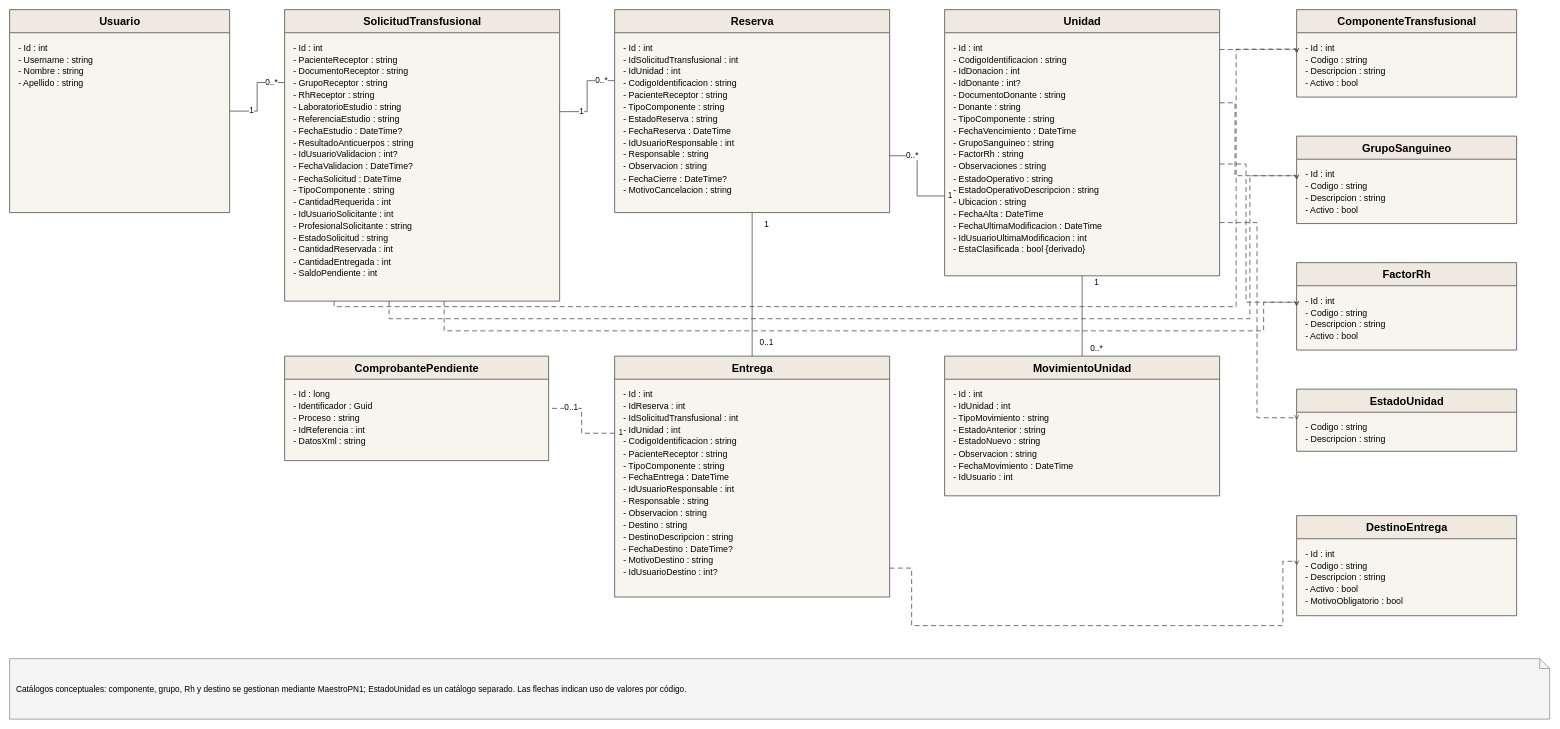
Earlier version of the draw.io diagram Diagramas/Secuencia de Roles/PN2_DiagramaModeloConceptual.drawio (juanNH/Ingenieria-de-Software). Source tidied: cells renumbered, new cells numbered last; positions are measured from the earlier drawing's top-left corner, leaving out a move shared by most shapes. Both pictures are drawn from the tidied source at 55%, with x=0, y=0 at pixel (9, 9).
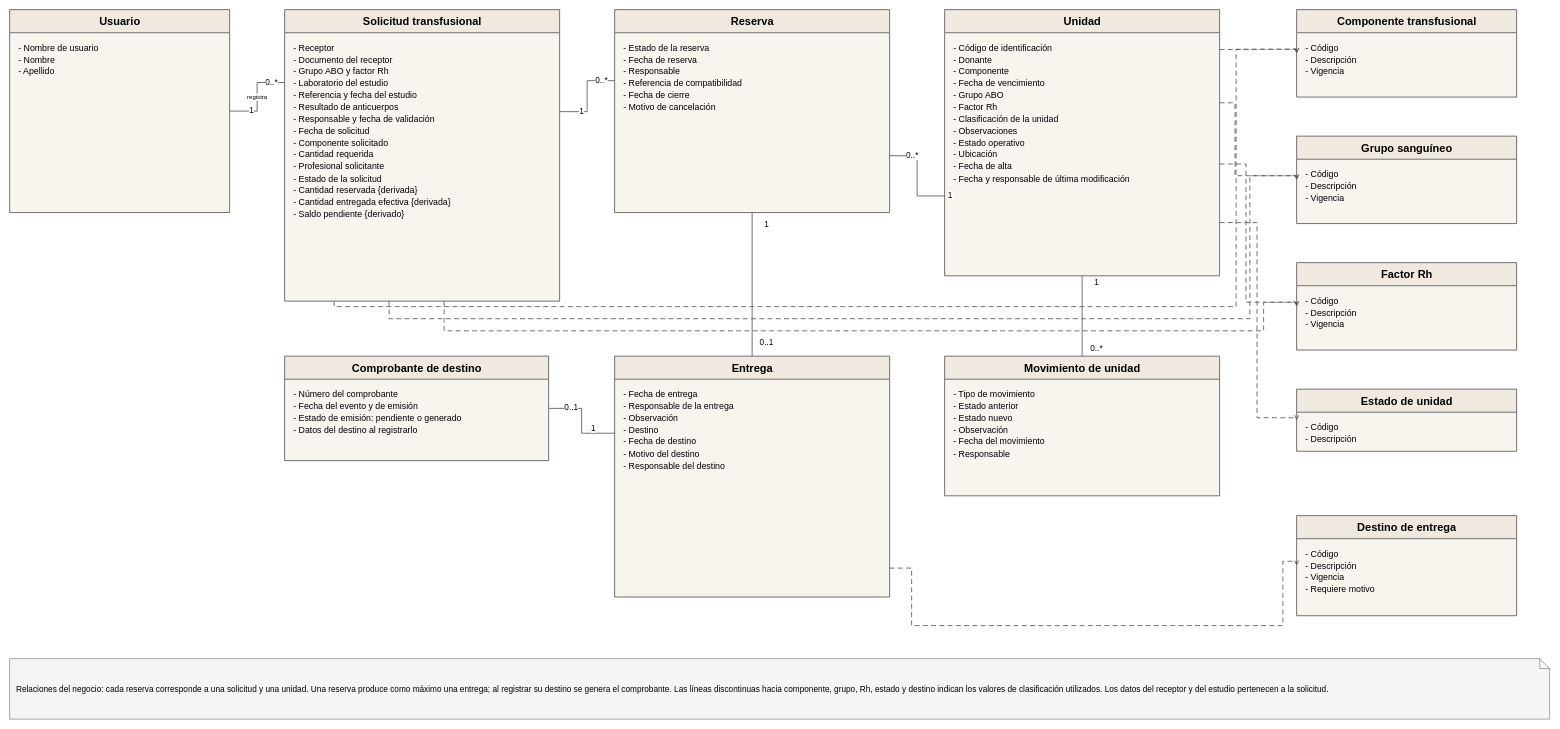
The same diagram, later.

The change refers to these unchanged cells:
```xml
<mxCell id="2" value="Usuario" style="swimlane;html=1;horizontal=1;startSize=42;rounded=0;fillColor=#EFE9DF;swimlaneFillColor=#F8F5EF;strokeColor=#555555;strokeWidth=1.5;fontFamily=Arial;fontSize=20;fontStyle=1;align=center;verticalAlign=middle;" parent="1" vertex="1">
  <mxGeometry width="400" height="369" as="geometry" />
</mxCell>
<mxCell id="6" value="Reserva" style="swimlane;html=1;horizontal=1;startSize=42;rounded=0;fillColor=#EFE9DF;swimlaneFillColor=#F8F5EF;strokeColor=#555555;strokeWidth=1.5;fontFamily=Arial;fontSize=20;fontStyle=1;align=center;verticalAlign=middle;" parent="1" vertex="1">
  <mxGeometry x="1100" width="500" height="369" as="geometry" />
</mxCell>
<mxCell id="8" value="Unidad" style="swimlane;html=1;horizontal=1;startSize=42;rounded=0;fillColor=#EFE9DF;swimlaneFillColor=#F8F5EF;strokeColor=#555555;strokeWidth=1.5;fontFamily=Arial;fontSize=20;fontStyle=1;align=center;verticalAlign=middle;" parent="1" vertex="1">
  <mxGeometry x="1700" width="500" height="484" as="geometry" />
</mxCell>
<mxCell id="12" value="Entrega" style="swimlane;html=1;horizontal=1;startSize=42;rounded=0;fillColor=#EFE9DF;swimlaneFillColor=#F8F5EF;strokeColor=#555555;strokeWidth=1.5;fontFamily=Arial;fontSize=20;fontStyle=1;align=center;verticalAlign=middle;" parent="1" vertex="1">
  <mxGeometry x="1100" y="630" width="500" height="438" as="geometry" />
</mxCell>
```

Change to the diagram source:
```diff
@@
-    <mxCell id="3" value="&lt;div style=&quot;line-height:1.35&quot;&gt;- Id : int&lt;br&gt;- Username : string&lt;br&gt;- Nombre : string&lt;br&gt;- Apellido : string&lt;/div&gt;" style="text;html=1;whiteSpace=wrap;strokeColor=none;fillColor=none;fontFamily=Arial;fontSize=16;align=left;verticalAlign=top;spacingLeft=14;spacingRight=12;spacingTop=10;" parent="2" vertex="1">
+    <mxCell id="3" value="&lt;div style=&quot;line-height:1.35&quot;&gt;- Nombre de usuario&lt;br&gt;- Nombre&lt;br&gt;- Apellido&lt;/div&gt;" style="text;html=1;whiteSpace=wrap;strokeColor=none;fillColor=none;fontFamily=Arial;fontSize=16;align=left;verticalAlign=top;spacingLeft=14;spacingRight=12;spacingTop=10;" parent="2" vertex="1">
       <mxGeometry y="42" width="400" height="327" as="geometry" />
     </mxCell>
-    <mxCell id="4" value="SolicitudTransfusional" style="swimlane;html=1;horizontal=1;startSize=42;rounded=0;fillColor=#EFE9DF;swimlaneFillColor=#F8F5EF;strokeColor=#555555;strokeWidth=1.5;fontFamily=Arial;fontSize=20;fontStyle=1;align=center;verticalAlign=middle;" parent="1" vertex="1">
+    <mxCell id="4" value="Solicitud transfusional" style="swimlane;html=1;horizontal=1;startSize=42;rounded=0;fillColor=#EFE9DF;swimlaneFillColor=#F8F5EF;strokeColor=#555555;strokeWidth=1.5;fontFamily=Arial;fontSize=20;fontStyle=1;align=center;verticalAlign=middle;" parent="1" vertex="1">
       <mxGeometry x="500" width="500" height="530" as="geometry" />
     </mxCell>
-    <mxCell id="5" value="&lt;div style=&quot;line-height:1.35&quot;&gt;- Id : int&lt;br&gt;- PacienteReceptor : string&lt;br&gt;- DocumentoReceptor : string&lt;br&gt;- GrupoReceptor : string&lt;br&gt;- RhReceptor : string&lt;br&gt;- LaboratorioEstudio : string&lt;br&gt;- ReferenciaEstudio : string&lt;br&gt;- FechaEstudio : DateTime?&lt;br&gt;- ResultadoAnticuerpos : string&lt;br&gt;- IdUsuarioValidacion : int?&lt;br&gt;- FechaValidacion : DateTime?&lt;br&gt;- FechaSolicitud : DateTime&lt;br&gt;- TipoComponente : string&lt;br&gt;- CantidadRequerida : int&lt;br&gt;- IdUsuarioSolicitante : int&lt;br&gt;- ProfesionalSolicitante : string&lt;br&gt;- EstadoSolicitud : string&lt;br&gt;- CantidadReservada : int&lt;br&gt;- CantidadEntregada : int&lt;br&gt;- SaldoPendiente : int&lt;/div&gt;" style="text;html=1;whiteSpace=wrap;strokeColor=none;fillColor=none;fontFamily=Arial;fontSize=16;align=left;verticalAlign=top;spacingLeft=14;spacingRight=12;spacingTop=10;" parent="4" vertex="1">
+    <mxCell id="5" value="&lt;div style=&quot;line-height:1.35&quot;&gt;- Receptor&lt;br&gt;- Documento del receptor&lt;br&gt;- Grupo ABO y factor Rh&lt;br&gt;- Laboratorio del estudio&lt;br&gt;- Referencia y fecha del estudio&lt;br&gt;- Resultado de anticuerpos&lt;br&gt;- Responsable y fecha de validación&lt;br&gt;- Fecha de solicitud&lt;br&gt;- Componente solicitado&lt;br&gt;- Cantidad requerida&lt;br&gt;- Profesional solicitante&lt;br&gt;- Estado de la solicitud&lt;br&gt;- Cantidad reservada {derivada}&lt;br&gt;- Cantidad entregada efectiva {derivada}&lt;br&gt;- Saldo pendiente {derivado}&lt;/div&gt;" style="text;html=1;whiteSpace=wrap;strokeColor=none;fillColor=none;fontFamily=Arial;fontSize=16;align=left;verticalAlign=top;spacingLeft=14;spacingRight=12;spacingTop=10;" parent="4" vertex="1">
       <mxGeometry y="42" width="500" height="488" as="geometry" />
     </mxCell>
@@
-    <mxCell id="7" value="&lt;div style=&quot;line-height:1.35&quot;&gt;- Id : int&lt;br&gt;- IdSolicitudTransfusional : int&lt;br&gt;- IdUnidad : int&lt;br&gt;- CodigoIdentificacion : string&lt;br&gt;- PacienteReceptor : string&lt;br&gt;- TipoComponente : string&lt;br&gt;- EstadoReserva : string&lt;br&gt;- FechaReserva : DateTime&lt;br&gt;- IdUsuarioResponsable : int&lt;br&gt;- Responsable : string&lt;br&gt;- Observacion : string&lt;br&gt;- FechaCierre : DateTime?&lt;br&gt;- MotivoCancelacion : string&lt;/div&gt;" style="text;html=1;whiteSpace=wrap;strokeColor=none;fillColor=none;fontFamily=Arial;fontSize=16;align=left;verticalAlign=top;spacingLeft=14;spacingRight=12;spacingTop=10;" parent="6" vertex="1">
+    <mxCell id="7" value="&lt;div style=&quot;line-height:1.35&quot;&gt;- Estado de la reserva&lt;br&gt;- Fecha de reserva&lt;br&gt;- Responsable&lt;br&gt;- Referencia de compatibilidad&lt;br&gt;- Fecha de cierre&lt;br&gt;- Motivo de cancelación&lt;/div&gt;" style="text;html=1;whiteSpace=wrap;strokeColor=none;fillColor=none;fontFamily=Arial;fontSize=16;align=left;verticalAlign=top;spacingLeft=14;spacingRight=12;spacingTop=10;" parent="6" vertex="1">
       <mxGeometry y="42" width="500" height="327" as="geometry" />
     </mxCell>
@@
-    <mxCell id="9" value="&lt;div style=&quot;line-height:1.35&quot;&gt;- Id : int&lt;br&gt;- CodigoIdentificacion : string&lt;br&gt;- IdDonacion : int&lt;br&gt;- IdDonante : int?&lt;br&gt;- DocumentoDonante : string&lt;br&gt;- Donante : string&lt;br&gt;- TipoComponente : string&lt;br&gt;- FechaVencimiento : DateTime&lt;br&gt;- GrupoSanguineo : string&lt;br&gt;- FactorRh : string&lt;br&gt;- Observaciones : string&lt;br&gt;- EstadoOperativo : string&lt;br&gt;- EstadoOperativoDescripcion : string&lt;br&gt;- Ubicacion : string&lt;br&gt;- FechaAlta : DateTime&lt;br&gt;- FechaUltimaModificacion : DateTime&lt;br&gt;- IdUsuarioUltimaModificacion : int&lt;br&gt;- EstaClasificada : bool {derivado}&lt;/div&gt;" style="text;html=1;whiteSpace=wrap;strokeColor=none;fillColor=none;fontFamily=Arial;fontSize=16;align=left;verticalAlign=top;spacingLeft=14;spacingRight=12;spacingTop=10;" parent="8" vertex="1">
+    <mxCell id="9" value="&lt;div style=&quot;line-height:1.35&quot;&gt;- Código de identificación&lt;br&gt;- Donante&lt;br&gt;- Componente&lt;br&gt;- Fecha de vencimiento&lt;br&gt;- Grupo ABO&lt;br&gt;- Factor Rh&lt;br&gt;- Clasificación de la unidad&lt;br&gt;- Observaciones&lt;br&gt;- Estado operativo&lt;br&gt;- Ubicación&lt;br&gt;- Fecha de alta&lt;br&gt;- Fecha y responsable de última modificación&lt;/div&gt;" style="text;html=1;whiteSpace=wrap;strokeColor=none;fillColor=none;fontFamily=Arial;fontSize=16;align=left;verticalAlign=top;spacingLeft=14;spacingRight=12;spacingTop=10;" parent="8" vertex="1">
       <mxGeometry y="42" width="500" height="442" as="geometry" />
     </mxCell>
-    <mxCell id="10" value="ComprobantePendiente" style="swimlane;html=1;horizontal=1;startSize=42;rounded=0;fillColor=#EFE9DF;swimlaneFillColor=#F8F5EF;strokeColor=#555555;strokeWidth=1.5;fontFamily=Arial;fontSize=20;fontStyle=1;align=center;verticalAlign=middle;" parent="1" vertex="1">
+    <mxCell id="10" value="Comprobante de destino" style="swimlane;html=1;horizontal=1;startSize=42;rounded=0;fillColor=#EFE9DF;swimlaneFillColor=#F8F5EF;strokeColor=#555555;strokeWidth=1.5;fontFamily=Arial;fontSize=20;fontStyle=1;align=center;verticalAlign=middle;" parent="1" vertex="1">
       <mxGeometry x="500" y="630" width="480" height="190" as="geometry" />
     </mxCell>
-    <mxCell id="11" value="&lt;div style=&quot;line-height:1.35&quot;&gt;- Id : long&lt;br&gt;- Identificador : Guid&lt;br&gt;- Proceso : string&lt;br&gt;- IdReferencia : int&lt;br&gt;- DatosXml : string&lt;/div&gt;" style="text;html=1;whiteSpace=wrap;strokeColor=none;fillColor=none;fontFamily=Arial;fontSize=16;align=left;verticalAlign=top;spacingLeft=14;spacingRight=12;spacingTop=10;" parent="10" vertex="1">
+    <mxCell id="11" value="&lt;div style=&quot;line-height:1.35&quot;&gt;- Número del comprobante&lt;br&gt;- Fecha del evento y de emisión&lt;br&gt;- Estado de emisión: pendiente o generado&lt;br&gt;- Datos del destino al registrarlo&lt;/div&gt;" style="text;html=1;whiteSpace=wrap;strokeColor=none;fillColor=none;fontFamily=Arial;fontSize=16;align=left;verticalAlign=top;spacingLeft=14;spacingRight=12;spacingTop=10;" parent="10" vertex="1">
       <mxGeometry y="42" width="480" height="148" as="geometry" />
     </mxCell>
@@
-    <mxCell id="13" value="&lt;div style=&quot;line-height:1.35&quot;&gt;- Id : int&lt;br&gt;- IdReserva : int&lt;br&gt;- IdSolicitudTransfusional : int&lt;br&gt;- IdUnidad : int&lt;br&gt;- CodigoIdentificacion : string&lt;br&gt;- PacienteReceptor : string&lt;br&gt;- TipoComponente : string&lt;br&gt;- FechaEntrega : DateTime&lt;br&gt;- IdUsuarioResponsable : int&lt;br&gt;- Responsable : string&lt;br&gt;- Observacion : string&lt;br&gt;- Destino : string&lt;br&gt;- DestinoDescripcion : string&lt;br&gt;- FechaDestino : DateTime?&lt;br&gt;- MotivoDestino : string&lt;br&gt;- IdUsuarioDestino : int?&lt;/div&gt;" style="text;html=1;whiteSpace=wrap;strokeColor=none;fillColor=none;fontFamily=Arial;fontSize=16;align=left;verticalAlign=top;spacingLeft=14;spacingRight=12;spacingTop=10;" parent="12" vertex="1">
+    <mxCell id="13" value="&lt;div style=&quot;line-height:1.35&quot;&gt;- Fecha de entrega&lt;br&gt;- Responsable de la entrega&lt;br&gt;- Observación&lt;br&gt;- Destino&lt;br&gt;- Fecha de destino&lt;br&gt;- Motivo del destino&lt;br&gt;- Responsable del destino&lt;/div&gt;" style="text;html=1;whiteSpace=wrap;strokeColor=none;fillColor=none;fontFamily=Arial;fontSize=16;align=left;verticalAlign=top;spacingLeft=14;spacingRight=12;spacingTop=10;" parent="12" vertex="1">
       <mxGeometry y="42" width="500" height="396" as="geometry" />
     </mxCell>
-    <mxCell id="14" value="MovimientoUnidad" style="swimlane;html=1;horizontal=1;startSize=42;rounded=0;fillColor=#EFE9DF;swimlaneFillColor=#F8F5EF;strokeColor=#555555;strokeWidth=1.5;fontFamily=Arial;fontSize=20;fontStyle=1;align=center;verticalAlign=middle;" parent="1" vertex="1">
+    <mxCell id="14" value="Movimiento de unidad" style="swimlane;html=1;horizontal=1;startSize=42;rounded=0;fillColor=#EFE9DF;swimlaneFillColor=#F8F5EF;strokeColor=#555555;strokeWidth=1.5;fontFamily=Arial;fontSize=20;fontStyle=1;align=center;verticalAlign=middle;" parent="1" vertex="1">
       <mxGeometry x="1700" y="630" width="500" height="254" as="geometry" />
     </mxCell>
-    <mxCell id="15" value="&lt;div style=&quot;line-height:1.35&quot;&gt;- Id : int&lt;br&gt;- IdUnidad : int&lt;br&gt;- TipoMovimiento : string&lt;br&gt;- EstadoAnterior : string&lt;br&gt;- EstadoNuevo : string&lt;br&gt;- Observacion : string&lt;br&gt;- FechaMovimiento : DateTime&lt;br&gt;- IdUsuario : int&lt;/div&gt;" style="text;html=1;whiteSpace=wrap;strokeColor=none;fillColor=none;fontFamily=Arial;fontSize=16;align=left;verticalAlign=top;spacingLeft=14;spacingRight=12;spacingTop=10;" parent="14" vertex="1">
+    <mxCell id="15" value="&lt;div style=&quot;line-height:1.35&quot;&gt;- Tipo de movimiento&lt;br&gt;- Estado anterior&lt;br&gt;- Estado nuevo&lt;br&gt;- Observación&lt;br&gt;- Fecha del movimiento&lt;br&gt;- Responsable&lt;/div&gt;" style="text;html=1;whiteSpace=wrap;strokeColor=none;fillColor=none;fontFamily=Arial;fontSize=16;align=left;verticalAlign=top;spacingLeft=14;spacingRight=12;spacingTop=10;" parent="14" vertex="1">
       <mxGeometry y="42" width="500" height="212" as="geometry" />
     </mxCell>
-    <mxCell id="16" value="Catálogos conceptuales: componente, grupo, Rh y destino se gestionan mediante MaestroPN1; EstadoUnidad es un catálogo separado. Las flechas indican uso de valores por código." style="shape=note;whiteSpace=wrap;html=1;size=18;fillColor=#F5F5F5;strokeColor=#666666;fontSize=15;fontFamily=Arial;align=left;verticalAlign=middle;spacing=12;" parent="1" vertex="1">
+    <mxCell id="16" value="Relaciones del negocio: cada reserva corresponde a una solicitud y una unidad. Una reserva produce como máximo una entrega; al registrar su destino se genera el comprobante. Las líneas discontinuas hacia componente, grupo, Rh, estado y destino indican los valores de clasificación utilizados. Los datos del receptor y del estudio pertenecen a la solicitud." style="shape=note;whiteSpace=wrap;html=1;size=18;fillColor=#F5F5F5;strokeColor=#666666;fontSize=15;fontFamily=Arial;align=left;verticalAlign=middle;spacing=12;" parent="1" vertex="1">
       <mxGeometry y="1180" width="2800" height="110" as="geometry" />
     </mxCell>
-    <mxCell id="17" style="edgeStyle=orthogonalEdgeStyle;html=1;rounded=0;startArrow=none;endArrow=none;strokeColor=#555555;strokeWidth=1.5;exitX=1;exitY=0.5;entryX=0;entryY=0.25;exitPerimeter=1;entryPerimeter=1;" parent="1" edge="1" source="2" target="4">
+    <mxCell id="17" value="registra" style="edgeStyle=orthogonalEdgeStyle;html=1;rounded=0;startArrow=none;endArrow=none;strokeColor=#555555;strokeWidth=1.5;exitX=1;exitY=0.5;entryX=0;entryY=0.25;exitPerimeter=1;entryPerimeter=1;" parent="1" edge="1" source="2" target="4">
       <mxGeometry relative="1" as="geometry" />
     </mxCell>
@@
-    <mxCell id="22" style="edgeStyle=orthogonalEdgeStyle;html=1;rounded=0;startArrow=none;endArrow=none;strokeColor=#555555;strokeWidth=1.5;exitX=0;exitY=0.32;entryX=1;entryY=0.5;exitPerimeter=1;entryPerimeter=1;dashed=1;dashPattern=6 4;" parent="1" edge="1" source="12" target="10">
+    <mxCell id="22" style="edgeStyle=orthogonalEdgeStyle;html=1;rounded=0;startArrow=none;endArrow=none;strokeColor=#555555;strokeWidth=1.5;exitX=0;exitY=0.32;entryX=1;entryY=0.5;exitPerimeter=1;entryPerimeter=1;" parent="1" edge="1" source="12" target="10">
       <mxGeometry relative="1" as="geometry" />
     </mxCell>
@@
     <mxCell id="33" value="1" style="edgeLabel;html=1;align=center;verticalAlign=middle;fontFamily=Arial;fontSize=15;labelBackgroundColor=#ffffff;" parent="22" vertex="1">
       <mxGeometry x="-0.82" width="52" height="24" relative="1" as="geometry">
-        <mxPoint y="-14" as="offset" />
+        <mxPoint x="-50" y="-22" as="offset" />
       </mxGeometry>
     </mxCell>
@@
-    <mxCell id="35" value="ComponenteTransfusional" style="swimlane;html=1;horizontal=1;startSize=42;rounded=0;fillColor=#EFE9DF;swimlaneFillColor=#F8F5EF;strokeColor=#555555;strokeWidth=1.5;fontFamily=Arial;fontSize=20;fontStyle=1;align=center;verticalAlign=middle;" parent="1" vertex="1">
+    <mxCell id="35" value="Componente transfusional" style="swimlane;html=1;horizontal=1;startSize=42;rounded=0;fillColor=#EFE9DF;swimlaneFillColor=#F8F5EF;strokeColor=#555555;strokeWidth=1.5;fontFamily=Arial;fontSize=20;fontStyle=1;align=center;verticalAlign=middle;" parent="1" vertex="1">
       <mxGeometry x="2340" width="400" height="159" as="geometry" />
     </mxCell>
-    <mxCell id="36" value="&lt;div style=&quot;line-height:1.35&quot;&gt;- Id : int&lt;br&gt;- Codigo : string&lt;br&gt;- Descripcion : string&lt;br&gt;- Activo : bool&lt;/div&gt;" style="text;html=1;whiteSpace=wrap;strokeColor=none;fillColor=none;fontFamily=Arial;fontSize=16;align=left;verticalAlign=top;spacingLeft=14;spacingRight=12;spacingTop=10;" parent="35" vertex="1">
+    <mxCell id="36" value="&lt;div style=&quot;line-height:1.35&quot;&gt;- Código&lt;br&gt;- Descripción&lt;br&gt;- Vigencia&lt;/div&gt;" style="text;html=1;whiteSpace=wrap;strokeColor=none;fillColor=none;fontFamily=Arial;fontSize=16;align=left;verticalAlign=top;spacingLeft=14;spacingRight=12;spacingTop=10;" parent="35" vertex="1">
       <mxGeometry y="42" width="400" height="117" as="geometry" />
     </mxCell>
-    <mxCell id="37" value="GrupoSanguineo" style="swimlane;html=1;horizontal=1;startSize=42;rounded=0;fillColor=#EFE9DF;swimlaneFillColor=#F8F5EF;strokeColor=#555555;strokeWidth=1.5;fontFamily=Arial;fontSize=20;fontStyle=1;align=center;verticalAlign=middle;" parent="1" vertex="1">
+    <mxCell id="37" value="Grupo sanguíneo" style="swimlane;html=1;horizontal=1;startSize=42;rounded=0;fillColor=#EFE9DF;swimlaneFillColor=#F8F5EF;strokeColor=#555555;strokeWidth=1.5;fontFamily=Arial;fontSize=20;fontStyle=1;align=center;verticalAlign=middle;" parent="1" vertex="1">
       <mxGeometry x="2340" y="230" width="400" height="159" as="geometry" />
     </mxCell>
-    <mxCell id="38" value="&lt;div style=&quot;line-height:1.35&quot;&gt;- Id : int&lt;br&gt;- Codigo : string&lt;br&gt;- Descripcion : string&lt;br&gt;- Activo : bool&lt;/div&gt;" style="text;html=1;whiteSpace=wrap;strokeColor=none;fillColor=none;fontFamily=Arial;fontSize=16;align=left;verticalAlign=top;spacingLeft=14;spacingRight=12;spacingTop=10;" parent="37" vertex="1">
+    <mxCell id="38" value="&lt;div style=&quot;line-height:1.35&quot;&gt;- Código&lt;br&gt;- Descripción&lt;br&gt;- Vigencia&lt;/div&gt;" style="text;html=1;whiteSpace=wrap;strokeColor=none;fillColor=none;fontFamily=Arial;fontSize=16;align=left;verticalAlign=top;spacingLeft=14;spacingRight=12;spacingTop=10;" parent="37" vertex="1">
       <mxGeometry y="42" width="400" height="117" as="geometry" />
     </mxCell>
-    <mxCell id="39" value="FactorRh" style="swimlane;html=1;horizontal=1;startSize=42;rounded=0;fillColor=#EFE9DF;swimlaneFillColor=#F8F5EF;strokeColor=#555555;strokeWidth=1.5;fontFamily=Arial;fontSize=20;fontStyle=1;align=center;verticalAlign=middle;" parent="1" vertex="1">
+    <mxCell id="39" value="Factor Rh" style="swimlane;html=1;horizontal=1;startSize=42;rounded=0;fillColor=#EFE9DF;swimlaneFillColor=#F8F5EF;strokeColor=#555555;strokeWidth=1.5;fontFamily=Arial;fontSize=20;fontStyle=1;align=center;verticalAlign=middle;" parent="1" vertex="1">
       <mxGeometry x="2340" y="460" width="400" height="159" as="geometry" />
     </mxCell>
-    <mxCell id="40" value="&lt;div style=&quot;line-height:1.35&quot;&gt;- Id : int&lt;br&gt;- Codigo : string&lt;br&gt;- Descripcion : string&lt;br&gt;- Activo : bool&lt;/div&gt;" style="text;html=1;whiteSpace=wrap;strokeColor=none;fillColor=none;fontFamily=Arial;fontSize=16;align=left;verticalAlign=top;spacingLeft=14;spacingRight=12;spacingTop=10;" parent="39" vertex="1">
+    <mxCell id="40" value="&lt;div style=&quot;line-height:1.35&quot;&gt;- Código&lt;br&gt;- Descripción&lt;br&gt;- Vigencia&lt;/div&gt;" style="text;html=1;whiteSpace=wrap;strokeColor=none;fillColor=none;fontFamily=Arial;fontSize=16;align=left;verticalAlign=top;spacingLeft=14;spacingRight=12;spacingTop=10;" parent="39" vertex="1">
       <mxGeometry y="42" width="400" height="117" as="geometry" />
     </mxCell>
-    <mxCell id="41" value="EstadoUnidad" style="swimlane;html=1;horizontal=1;startSize=42;rounded=0;fillColor=#EFE9DF;swimlaneFillColor=#F8F5EF;strokeColor=#555555;strokeWidth=1.5;fontFamily=Arial;fontSize=20;fontStyle=1;align=center;verticalAlign=middle;" parent="1" vertex="1">
+    <mxCell id="41" value="Estado de unidad" style="swimlane;html=1;horizontal=1;startSize=42;rounded=0;fillColor=#EFE9DF;swimlaneFillColor=#F8F5EF;strokeColor=#555555;strokeWidth=1.5;fontFamily=Arial;fontSize=20;fontStyle=1;align=center;verticalAlign=middle;" parent="1" vertex="1">
       <mxGeometry x="2340" y="690" width="400" height="113" as="geometry" />
     </mxCell>
-    <mxCell id="42" value="&lt;div style=&quot;line-height:1.35&quot;&gt;- Codigo : string&lt;br&gt;- Descripcion : string&lt;/div&gt;" style="text;html=1;whiteSpace=wrap;strokeColor=none;fillColor=none;fontFamily=Arial;fontSize=16;align=left;verticalAlign=top;spacingLeft=14;spacingRight=12;spacingTop=10;" parent="41" vertex="1">
+    <mxCell id="42" value="&lt;div style=&quot;line-height:1.35&quot;&gt;- Código&lt;br&gt;- Descripción&lt;/div&gt;" style="text;html=1;whiteSpace=wrap;strokeColor=none;fillColor=none;fontFamily=Arial;fontSize=16;align=left;verticalAlign=top;spacingLeft=14;spacingRight=12;spacingTop=10;" parent="41" vertex="1">
       <mxGeometry y="42" width="400" height="71" as="geometry" />
     </mxCell>
-    <mxCell id="43" value="DestinoEntrega" style="swimlane;html=1;horizontal=1;startSize=42;rounded=0;fillColor=#EFE9DF;swimlaneFillColor=#F8F5EF;strokeColor=#555555;strokeWidth=1.5;fontFamily=Arial;fontSize=20;fontStyle=1;align=center;verticalAlign=middle;" parent="1" vertex="1">
+    <mxCell id="43" value="Destino de entrega" style="swimlane;html=1;horizontal=1;startSize=42;rounded=0;fillColor=#EFE9DF;swimlaneFillColor=#F8F5EF;strokeColor=#555555;strokeWidth=1.5;fontFamily=Arial;fontSize=20;fontStyle=1;align=center;verticalAlign=middle;" parent="1" vertex="1">
       <mxGeometry x="2340" y="920" width="400" height="182" as="geometry" />
     </mxCell>
-    <mxCell id="44" value="&lt;div style=&quot;line-height:1.35&quot;&gt;- Id : int&lt;br&gt;- Codigo : string&lt;br&gt;- Descripcion : string&lt;br&gt;- Activo : bool&lt;br&gt;- MotivoObligatorio : bool&lt;/div&gt;" style="text;html=1;whiteSpace=wrap;strokeColor=none;fillColor=none;fontFamily=Arial;fontSize=16;align=left;verticalAlign=top;spacingLeft=14;spacingRight=12;spacingTop=10;" parent="43" vertex="1">
+    <mxCell id="44" value="&lt;div style=&quot;line-height:1.35&quot;&gt;- Código&lt;br&gt;- Descripción&lt;br&gt;- Vigencia&lt;br&gt;- Requiere motivo&lt;/div&gt;" style="text;html=1;whiteSpace=wrap;strokeColor=none;fillColor=none;fontFamily=Arial;fontSize=16;align=left;verticalAlign=top;spacingLeft=14;spacingRight=12;spacingTop=10;" parent="43" vertex="1">
       <mxGeometry y="42" width="400" height="140" as="geometry" />
     </mxCell>
```
